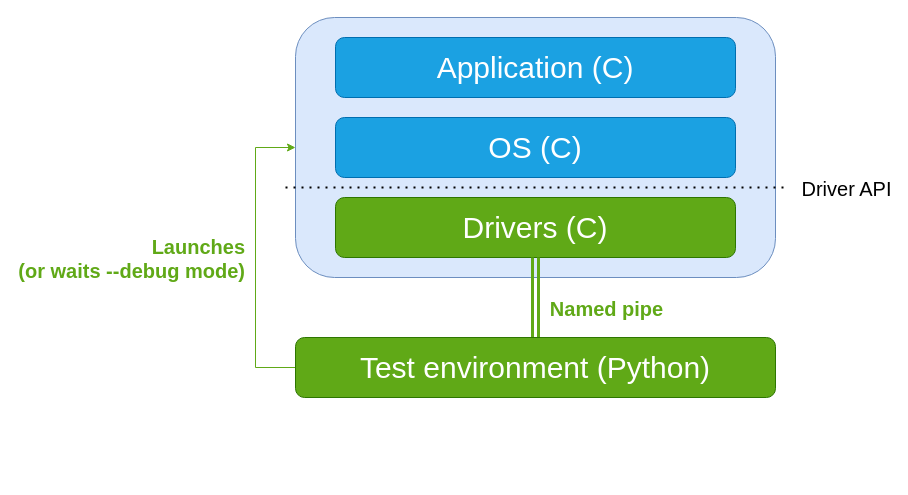
This is schemas/simulate-embedded-X86-driver-API.drawio from alxroyer/edu-sw-dev-env, a draw.io file, before an edit. Source tidied: cells renumbered, new cells numbered last; positions are measured from the earlier drawing's top-left corner, leaving out a move shared by most shapes. Both pictures are drawn from the tidied source at 100%, with x=0, y=0 at pixel (255, 17).
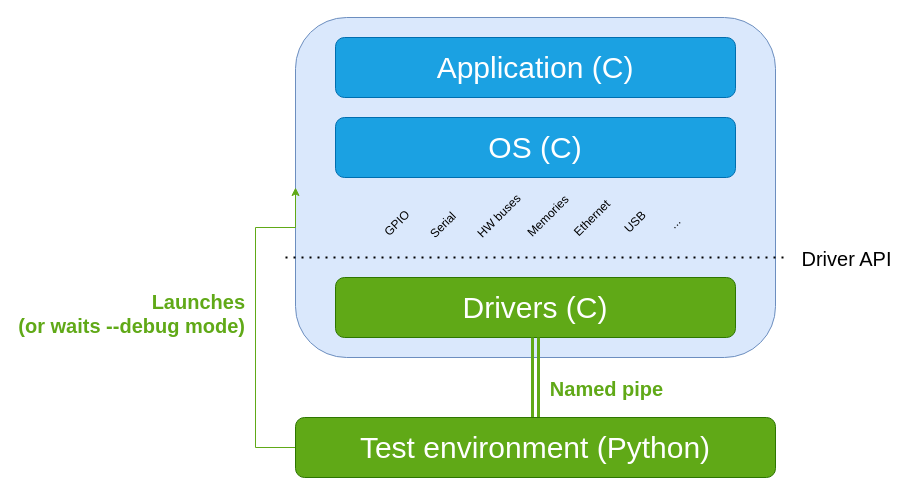
The same diagram, later.

Diff of the diagram source:
```diff
@@
     <mxCell id="2" style="rounded=1;whiteSpace=wrap;html=1;fillColor=#dae8fc;strokeColor=#6c8ebf;" parent="1" vertex="1">
-      <mxGeometry x="40" width="480" height="260" as="geometry" />
+      <mxGeometry x="40" width="480" height="340" as="geometry" />
     </mxCell>
     <mxCell id="3" value="Drivers (C)" style="rounded=1;whiteSpace=wrap;html=1;fontSize=30;fillColor=#60a917;fontColor=#ffffff;strokeColor=#2D7600;" parent="1" vertex="1">
-      <mxGeometry x="80" y="180" width="400" height="60" as="geometry" />
+      <mxGeometry x="80" y="260" width="400" height="60" as="geometry" />
     </mxCell>
@@
     <mxCell id="8" style="edgeStyle=orthogonalEdgeStyle;rounded=0;jettySize=auto;html=1;exitX=0;exitY=0.5;exitDx=0;exitDy=0;entryX=0;entryY=0.5;entryDx=0;entryDy=0;strokeColor=#60A917;" parent="1" edge="1" source="10" target="2">
       <mxGeometry relative="1" as="geometry">
         <Array as="points">
-          <mxPoint y="350" />
-          <mxPoint y="130" />
+          <mxPoint y="430" />
+          <mxPoint y="210" />
         </Array>
       </mxGeometry>
     </mxCell>
@@
     <mxCell id="10" value="Test environment (Python)" style="rounded=1;whiteSpace=wrap;html=1;fontSize=30;fillColor=#60a917;fontColor=#ffffff;strokeColor=#2D7600;" parent="1" vertex="1">
-      <mxGeometry x="40" y="320" width="480" height="60" as="geometry" />
+      <mxGeometry x="40" y="400" width="480" height="60" as="geometry" />
     </mxCell>
     <mxCell id="11" style="endArrow=none;dashed=1;html=1;dashPattern=1 3;strokeWidth=2;rounded=0;" parent="1" edge="1">
       <mxGeometry relative="1" as="geometry">
-        <mxPoint x="30" y="170" as="sourcePoint" />
-        <mxPoint x="530" y="170" as="targetPoint" />
+        <mxPoint x="30" y="240" as="sourcePoint" />
+        <mxPoint x="530" y="240" as="targetPoint" />
       </mxGeometry>
     </mxCell>
@@
+    <mxCell id="13" value="GPIO" style="text;html=1;align=center;verticalAlign=middle;whiteSpace=wrap;rounded=0;rotation=-45;" parent="1" vertex="1">
+      <mxGeometry x="112" y="191" width="60" height="30" as="geometry" />
+    </mxCell>
+    <mxCell id="14" value="Ethernet" style="text;html=1;align=center;verticalAlign=middle;whiteSpace=wrap;rounded=0;rotation=-45;" parent="1" vertex="1">
+      <mxGeometry x="306.8" y="185.8" width="60" height="30" as="geometry" />
+    </mxCell>
+    <mxCell id="15" value="Memories" style="text;html=1;align=center;verticalAlign=middle;whiteSpace=wrap;rounded=0;rotation=-45;" parent="1" vertex="1">
+      <mxGeometry x="262.8" y="183.8" width="60" height="30" as="geometry" />
+    </mxCell>
+    <mxCell id="16" value="HW buses" style="text;html=1;align=center;verticalAlign=middle;whiteSpace=wrap;rounded=0;rotation=-45;" parent="1" vertex="1">
+      <mxGeometry x="213.8" y="183.8" width="60" height="30" as="geometry" />
+    </mxCell>
+    <mxCell id="17" value="Serial" style="text;html=1;align=center;verticalAlign=middle;whiteSpace=wrap;rounded=0;rotation=-45;" parent="1" vertex="1">
+      <mxGeometry x="157.8" y="192.8" width="60" height="30" as="geometry" />
+    </mxCell>
+    <mxCell id="18" value="USB" style="text;html=1;align=center;verticalAlign=middle;whiteSpace=wrap;rounded=0;rotation=-45;" parent="1" vertex="1">
+      <mxGeometry x="349.8" y="189.8" width="60" height="30" as="geometry" />
+    </mxCell>
+    <mxCell id="19" value="..." style="text;html=1;align=center;verticalAlign=middle;whiteSpace=wrap;rounded=0;rotation=-45;" parent="1" vertex="1">
+      <mxGeometry x="389.8" y="190.8" width="60" height="30" as="geometry" />
+    </mxCell>
```
